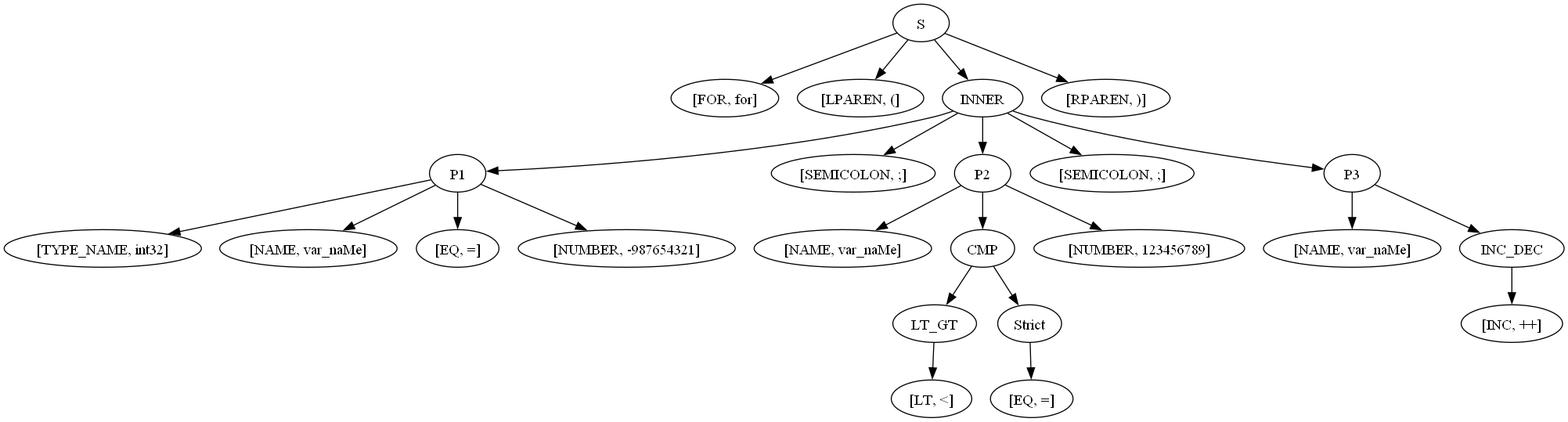
The Graphviz diagram DescendingForParser/src/main/scala/out/graph.dot.png in BrainCallus/Translation-Methods, before a commit. Its source is kept beside it as DescendingForParser/src/main/scala/out/graph.dot.
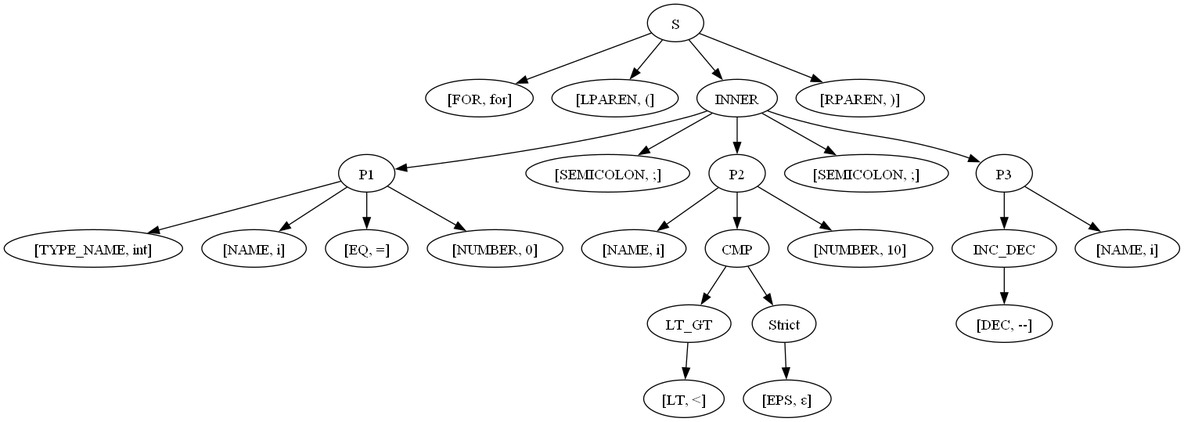
The same file after the commit.

What changed in the source:
```diff
@@ -8,19 +8,19 @@
 0 -> 3
 4 [label = "P1"]
 3 -> 4
-5 [label = "[TYPE_NAME, int32]"]
+5 [label = "[TYPE_NAME, int]"]
 4 -> 5
-6 [label = "[NAME, var_naMe]"]
+6 [label = "[NAME, i]"]
 4 -> 6
 7 [label = "[EQ, =]"]
 4 -> 7
-8 [label = "[NUMBER, -987654321]"]
+8 [label = "[NUMBER, 0]"]
 4 -> 8
 9 [label = "[SEMICOLON, ;]"]
 3 -> 9
 10 [label = "P2"]
 3 -> 10
-11 [label = "[NAME, var_naMe]"]
+11 [label = "[NAME, i]"]
 10 -> 11
 12 [label = "CMP"]
 10 -> 12
@@ -30,20 +30,20 @@
 13 -> 14
 15 [label = "Strict"]
 12 -> 15
-16 [label = "[EQ, =]"]
+16 [label = "[EPS, ε]"]
 15 -> 16
-17 [label = "[NUMBER, 123456789]"]
+17 [label = "[NUMBER, 10]"]
 10 -> 17
 18 [label = "[SEMICOLON, ;]"]
 3 -> 18
 19 [label = "P3"]
 3 -> 19
-20 [label = "[NAME, var_naMe]"]
+20 [label = "INC_DEC"]
 19 -> 20
-21 [label = "INC_DEC"]
-19 -> 21
-22 [label = "[INC, ++]"]
-21 -> 22
+21 [label = "[DEC, --]"]
+20 -> 21
+22 [label = "[NAME, i]"]
+19 -> 22
 23 [label = "[RPAREN, )]"]
 0 -> 23
 }
```
